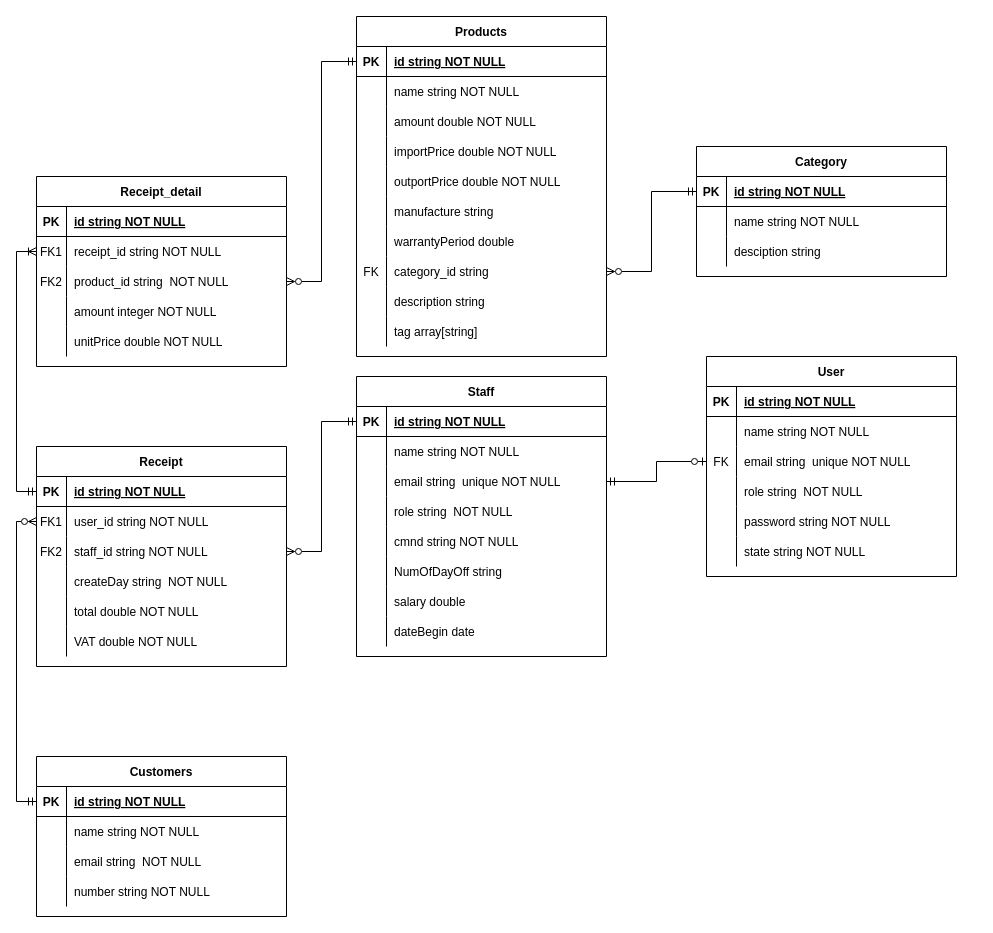
Above: ERD.drawio in TruongGiaThach/desktop-tutorial (draw.io), before the change. Source tidied: cells renumbered, new cells numbered last; positions are measured from the earlier drawing's top-left corner, leaving out a move shared by most shapes. Both pictures are drawn from the tidied source at 100%, with x=0, y=0 at pixel (36, 16).
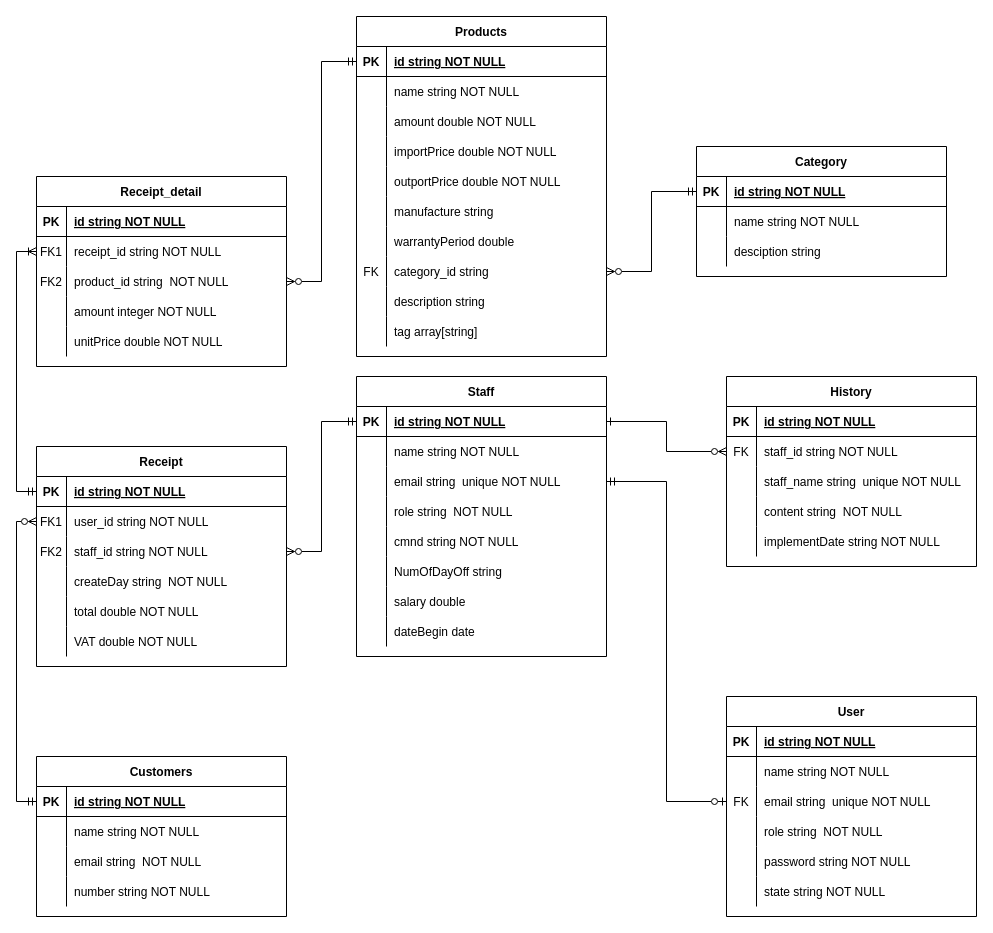
Above is the later version.

Unchanged cells that the change refers to:
```xml
<mxCell id="53" style="shape=partialRectangle;fillColor=none;points=[[0,0.5],[1,0.5]];portConstraint=eastwest;top=0;left=0;right=0;bottom=1;" parent="52" vertex="1">
  <mxGeometry y="30" width="250" height="30" as="geometry" />
</mxCell>
```

What changed in the source:
```diff
@@
     <mxCell id="2" value="User" style="shape=table;startSize=30;childLayout=tableLayout;rowLines=0;fontStyle=1;align=center;" parent="1" vertex="1">
-      <mxGeometry x="670" y="340" width="250" height="220" as="geometry" />
+      <mxGeometry x="690" y="680" width="250" height="220" as="geometry" />
     </mxCell>
@@
+    <mxCell id="141" value="History" style="shape=table;startSize=30;childLayout=tableLayout;rowLines=0;fontStyle=1;align=center;" parent="1" vertex="1">
+      <mxGeometry x="690" y="360" width="250" height="190" as="geometry" />
+    </mxCell>
+    <mxCell id="142" style="shape=partialRectangle;fillColor=none;top=0;left=0;right=0;bottom=1;" parent="141" vertex="1">
+      <mxGeometry y="30" width="250" height="30" as="geometry" />
+    </mxCell>
+    <mxCell id="143" value="PK" style="shape=partialRectangle;overflow=hidden;fillColor=none;top=0;left=0;bottom=0;right=0;fontStyle=1;" parent="142" vertex="1">
+      <mxGeometry width="30" height="30" as="geometry" />
+    </mxCell>
+    <mxCell id="144" value="id string NOT NULL" style="shape=partialRectangle;overflow=hidden;fillColor=none;top=0;left=0;bottom=0;right=0;align=left;spacingLeft=6;fontStyle=5;" parent="142" vertex="1">
+      <mxGeometry x="30" width="220" height="30" as="geometry" />
+    </mxCell>
+    <mxCell id="145" style="shape=partialRectangle;fillColor=none;points=[[0,0.5],[1,0.5]];portConstraint=eastwest;top=0;left=0;right=0;bottom=0;" parent="141" vertex="1">
+      <mxGeometry y="60" width="250" height="30" as="geometry" />
+    </mxCell>
+    <mxCell id="146" value="FK" style="shape=partialRectangle;overflow=hidden;fillColor=none;top=0;left=0;bottom=0;right=0;" parent="145" vertex="1">
+      <mxGeometry width="30" height="30" as="geometry" />
+    </mxCell>
+    <mxCell id="147" value="staff_id string NOT NULL" style="shape=partialRectangle;overflow=hidden;fillColor=none;top=0;left=0;bottom=0;right=0;align=left;spacingLeft=6;" parent="145" vertex="1">
+      <mxGeometry x="30" width="220" height="30" as="geometry" />
+    </mxCell>
+    <mxCell id="148" style="shape=partialRectangle;fillColor=none;top=0;left=0;right=0;bottom=0;" parent="141" vertex="1">
+      <mxGeometry y="90" width="250" height="30" as="geometry" />
+    </mxCell>
+    <mxCell id="149" style="shape=partialRectangle;overflow=hidden;fillColor=none;top=0;left=0;bottom=0;right=0;" parent="148" vertex="1">
+      <mxGeometry width="30" height="30" as="geometry" />
+    </mxCell>
+    <mxCell id="150" value="staff_name string  unique NOT NULL" style="shape=partialRectangle;overflow=hidden;fillColor=none;top=0;left=0;bottom=0;right=0;align=left;spacingLeft=6;" parent="148" vertex="1">
+      <mxGeometry x="30" width="220" height="30" as="geometry" />
+    </mxCell>
+    <mxCell id="151" style="shape=partialRectangle;fillColor=none;top=0;left=0;right=0;bottom=0;" parent="141" vertex="1">
+      <mxGeometry y="120" width="250" height="30" as="geometry" />
+    </mxCell>
+    <mxCell id="152" style="shape=partialRectangle;overflow=hidden;fillColor=none;top=0;left=0;bottom=0;right=0;" parent="151" vertex="1">
+      <mxGeometry width="30" height="30" as="geometry" />
+    </mxCell>
+    <mxCell id="153" value="content string  NOT NULL" style="shape=partialRectangle;overflow=hidden;fillColor=none;top=0;left=0;bottom=0;right=0;align=left;spacingLeft=6;" parent="151" vertex="1">
+      <mxGeometry x="30" width="220" height="30" as="geometry" />
+    </mxCell>
+    <mxCell id="154" style="shape=partialRectangle;fillColor=none;top=0;left=0;right=0;bottom=0;" parent="141" vertex="1">
+      <mxGeometry y="150" width="250" height="30" as="geometry" />
+    </mxCell>
+    <mxCell id="155" style="shape=partialRectangle;overflow=hidden;fillColor=none;top=0;left=0;bottom=0;right=0;" parent="154" vertex="1">
+      <mxGeometry width="30" height="30" as="geometry" />
+    </mxCell>
+    <mxCell id="156" value="implementDate string NOT NULL" style="shape=partialRectangle;overflow=hidden;fillColor=none;top=0;left=0;bottom=0;right=0;align=left;spacingLeft=6;" parent="154" vertex="1">
+      <mxGeometry x="30" width="220" height="30" as="geometry" />
+    </mxCell>
+    <mxCell id="157" style="edgeStyle=orthogonalEdgeStyle;rounded=0;jettySize=auto;html=1;entryX=0;entryY=0.5;entryDx=0;entryDy=0;endArrow=ERzeroToMany;endFill=0;startArrow=ERone;startFill=0;" parent="1" edge="1" source="53" target="145">
+      <mxGeometry relative="1" as="geometry" />
+    </mxCell>
```
